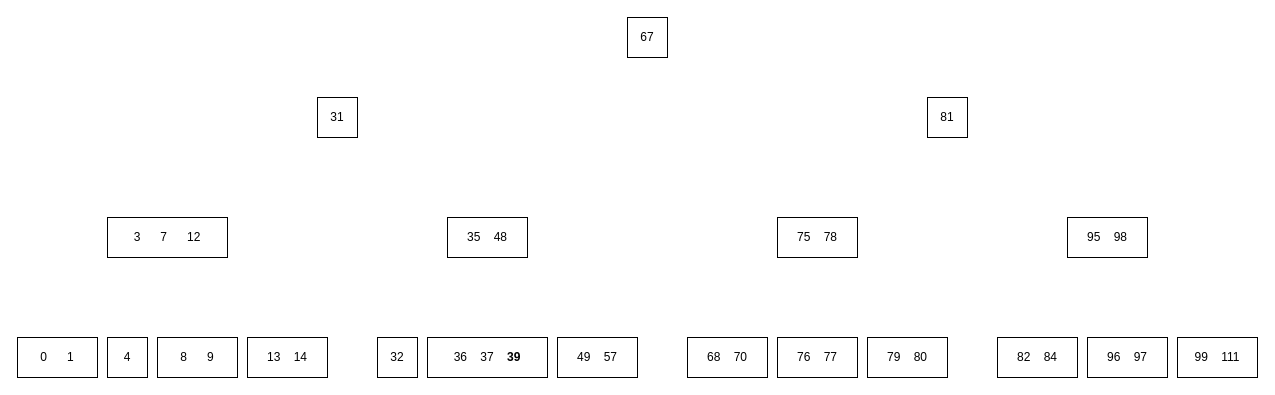
Earlier version of the draw.io diagram algo-homework5.drawio (cucumberpeel/drawio-diagrams). Source tidied: cells renumbered, new cells numbered last; positions are measured from the earlier drawing's top-left corner, leaving out a move shared by most shapes. Both pictures are drawn from the tidied source at 100%, with x=0, y=0 at pixel (17, 17).
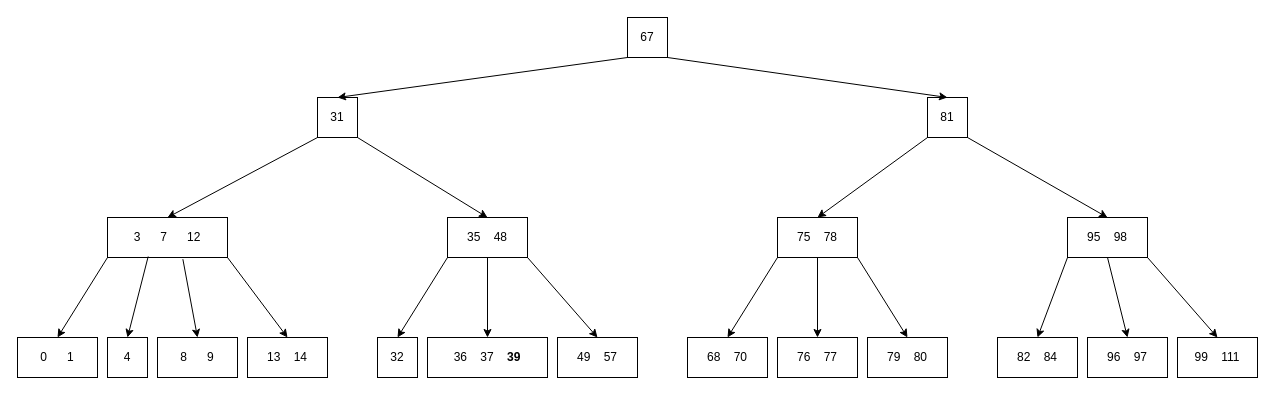
After the change.

Unchanged cells that the change refers to:
```xml
<mxCell id="2" value="31" style="rounded=0;whiteSpace=wrap;html=1;" parent="1" vertex="1">
  <mxGeometry x="300" y="80" width="40" height="40" as="geometry" />
</mxCell>
<mxCell id="3" value="0&lt;span style=&quot;white-space: pre;&quot;&gt;&#9;&lt;/span&gt;1" style="rounded=0;whiteSpace=wrap;html=1;" parent="1" vertex="1">
  <mxGeometry y="320" width="80" height="40" as="geometry" />
</mxCell>
<mxCell id="4" value="4" style="rounded=0;whiteSpace=wrap;html=1;" parent="1" vertex="1">
  <mxGeometry x="90" y="320" width="40" height="40" as="geometry" />
</mxCell>
<mxCell id="5" value="8&lt;span style=&quot;white-space: pre;&quot;&gt;&#9;&lt;/span&gt;9" style="rounded=0;whiteSpace=wrap;html=1;" parent="1" vertex="1">
  <mxGeometry x="140" y="320" width="80" height="40" as="geometry" />
</mxCell>
<mxCell id="6" value="13&lt;span style=&quot;white-space: pre;&quot;&gt;&#9;&lt;/span&gt;14" style="rounded=0;whiteSpace=wrap;html=1;" parent="1" vertex="1">
  <mxGeometry x="230" y="320" width="80" height="40" as="geometry" />
</mxCell>
<mxCell id="7" value="32" style="rounded=0;whiteSpace=wrap;html=1;" parent="1" vertex="1">
  <mxGeometry x="360" y="320" width="40" height="40" as="geometry" />
</mxCell>
<mxCell id="8" value="36&lt;span style=&quot;white-space: pre;&quot;&gt;&#9;&lt;/span&gt;37&lt;span style=&quot;white-space: pre;&quot;&gt;&#9;&lt;/span&gt;&lt;b&gt;39&lt;/b&gt;" style="rounded=0;whiteSpace=wrap;html=1;" parent="1" vertex="1">
  <mxGeometry x="410" y="320" width="120" height="40" as="geometry" />
</mxCell>
<mxCell id="9" value="49&lt;span style=&quot;white-space: pre;&quot;&gt;&#9;&lt;/span&gt;57" style="rounded=0;whiteSpace=wrap;html=1;" parent="1" vertex="1">
  <mxGeometry x="540" y="320" width="80" height="40" as="geometry" />
</mxCell>
<mxCell id="10" value="68&lt;span style=&quot;white-space: pre;&quot;&gt;&#9;&lt;/span&gt;70" style="rounded=0;whiteSpace=wrap;html=1;" parent="1" vertex="1">
  <mxGeometry x="670" y="320" width="80" height="40" as="geometry" />
</mxCell>
<mxCell id="11" value="76&lt;span style=&quot;white-space: pre;&quot;&gt;&#9;&lt;/span&gt;77" style="rounded=0;whiteSpace=wrap;html=1;" parent="1" vertex="1">
  <mxGeometry x="760" y="320" width="80" height="40" as="geometry" />
</mxCell>
<mxCell id="12" value="79&lt;span style=&quot;white-space: pre;&quot;&gt;&#9;&lt;/span&gt;80" style="rounded=0;whiteSpace=wrap;html=1;" parent="1" vertex="1">
  <mxGeometry x="850" y="320" width="80" height="40" as="geometry" />
</mxCell>
<mxCell id="13" value="82&lt;span style=&quot;white-space: pre;&quot;&gt;&#9;&lt;/span&gt;84" style="rounded=0;whiteSpace=wrap;html=1;" parent="1" vertex="1">
  <mxGeometry x="980" y="320" width="80" height="40" as="geometry" />
</mxCell>
<mxCell id="14" value="96&lt;span style=&quot;white-space: pre;&quot;&gt;&#9;&lt;/span&gt;97" style="rounded=0;whiteSpace=wrap;html=1;" parent="1" vertex="1">
  <mxGeometry x="1070" y="320" width="80" height="40" as="geometry" />
</mxCell>
<mxCell id="15" value="99&lt;span style=&quot;white-space: pre;&quot;&gt;&#9;&lt;/span&gt;111" style="rounded=0;whiteSpace=wrap;html=1;" parent="1" vertex="1">
  <mxGeometry x="1160" y="320" width="80" height="40" as="geometry" />
</mxCell>
<mxCell id="16" value="3&lt;span style=&quot;white-space: pre;&quot;&gt;&#9;&lt;/span&gt;7&lt;span style=&quot;white-space: pre;&quot;&gt;&#9;&lt;/span&gt;12" style="rounded=0;whiteSpace=wrap;html=1;" parent="1" vertex="1">
  <mxGeometry x="90" y="200" width="120" height="40" as="geometry" />
</mxCell>
<mxCell id="17" value="35&lt;span style=&quot;white-space: pre;&quot;&gt;&#9;&lt;/span&gt;48" style="rounded=0;whiteSpace=wrap;html=1;" parent="1" vertex="1">
  <mxGeometry x="430" y="200" width="80" height="40" as="geometry" />
</mxCell>
<mxCell id="18" value="75&lt;span style=&quot;white-space: pre;&quot;&gt;&#9;&lt;/span&gt;78" style="rounded=0;whiteSpace=wrap;html=1;" parent="1" vertex="1">
  <mxGeometry x="760" y="200" width="80" height="40" as="geometry" />
</mxCell>
<mxCell id="19" value="95&lt;span style=&quot;white-space: pre;&quot;&gt;&#9;&lt;/span&gt;98" style="rounded=0;whiteSpace=wrap;html=1;" parent="1" vertex="1">
  <mxGeometry x="1050" y="200" width="80" height="40" as="geometry" />
</mxCell>
<mxCell id="20" value="81" style="rounded=0;whiteSpace=wrap;html=1;" parent="1" vertex="1">
  <mxGeometry x="910" y="80" width="40" height="40" as="geometry" />
</mxCell>
<mxCell id="21" value="67" style="rounded=0;whiteSpace=wrap;html=1;" parent="1" vertex="1">
  <mxGeometry x="610" width="40" height="40" as="geometry" />
</mxCell>
```

What changed in the source:
```diff
@@
+    <mxCell id="22" style="endArrow=classic;html=1;rounded=0;exitX=0;exitY=1;exitDx=0;exitDy=0;entryX=0.5;entryY=0;entryDx=0;entryDy=0;" parent="1" edge="1" source="21" target="2">
+      <mxGeometry relative="1" as="geometry" />
+    </mxCell>
+    <mxCell id="23" style="endArrow=classic;html=1;rounded=0;exitX=1;exitY=1;exitDx=0;exitDy=0;entryX=0.5;entryY=0;entryDx=0;entryDy=0;" parent="1" edge="1" source="21" target="20">
+      <mxGeometry relative="1" as="geometry" />
+    </mxCell>
+    <mxCell id="24" style="endArrow=classic;html=1;rounded=0;exitX=0;exitY=1;exitDx=0;exitDy=0;entryX=0.5;entryY=0;entryDx=0;entryDy=0;" parent="1" edge="1" source="2" target="16">
+      <mxGeometry relative="1" as="geometry" />
+    </mxCell>
+    <mxCell id="25" style="endArrow=classic;html=1;rounded=0;exitX=1;exitY=1;exitDx=0;exitDy=0;entryX=0.5;entryY=0;entryDx=0;entryDy=0;" parent="1" edge="1" source="2" target="17">
+      <mxGeometry relative="1" as="geometry" />
+    </mxCell>
+    <mxCell id="26" style="endArrow=classic;html=1;rounded=0;exitX=0;exitY=1;exitDx=0;exitDy=0;entryX=0.5;entryY=0;entryDx=0;entryDy=0;" parent="1" edge="1" source="20" target="18">
+      <mxGeometry relative="1" as="geometry" />
+    </mxCell>
+    <mxCell id="27" style="endArrow=classic;html=1;rounded=0;exitX=1;exitY=1;exitDx=0;exitDy=0;entryX=0.5;entryY=0;entryDx=0;entryDy=0;" parent="1" edge="1" source="20" target="19">
+      <mxGeometry relative="1" as="geometry" />
+    </mxCell>
+    <mxCell id="28" style="endArrow=classic;html=1;rounded=0;exitX=0;exitY=1;exitDx=0;exitDy=0;entryX=0.5;entryY=0;entryDx=0;entryDy=0;" parent="1" edge="1" source="16" target="3">
+      <mxGeometry relative="1" as="geometry" />
+    </mxCell>
+    <mxCell id="29" style="endArrow=classic;html=1;rounded=0;exitX=1;exitY=1;exitDx=0;exitDy=0;entryX=0.5;entryY=0;entryDx=0;entryDy=0;" parent="1" edge="1" source="16" target="6">
+      <mxGeometry relative="1" as="geometry" />
+    </mxCell>
+    <mxCell id="30" style="endArrow=classic;html=1;rounded=0;exitX=0.628;exitY=1.042;exitDx=0;exitDy=0;entryX=0.5;entryY=0;entryDx=0;entryDy=0;exitPerimeter=0;" parent="1" edge="1" source="16" target="5">
+      <mxGeometry relative="1" as="geometry" />
+    </mxCell>
+    <mxCell id="31" style="endArrow=classic;html=1;rounded=0;exitX=0.339;exitY=0.975;exitDx=0;exitDy=0;entryX=0.5;entryY=0;entryDx=0;entryDy=0;exitPerimeter=0;" parent="1" edge="1" source="16" target="4">
+      <mxGeometry relative="1" as="geometry" />
+    </mxCell>
+    <mxCell id="32" style="endArrow=classic;html=1;rounded=0;exitX=0;exitY=1;exitDx=0;exitDy=0;entryX=0.5;entryY=0;entryDx=0;entryDy=0;" parent="1" edge="1" source="17" target="7">
+      <mxGeometry relative="1" as="geometry" />
+    </mxCell>
+    <mxCell id="33" style="endArrow=classic;html=1;rounded=0;exitX=0.5;exitY=1;exitDx=0;exitDy=0;entryX=0.5;entryY=0;entryDx=0;entryDy=0;" parent="1" edge="1" source="17" target="8">
+      <mxGeometry relative="1" as="geometry" />
+    </mxCell>
+    <mxCell id="34" style="endArrow=classic;html=1;rounded=0;exitX=1;exitY=1;exitDx=0;exitDy=0;entryX=0.5;entryY=0;entryDx=0;entryDy=0;" parent="1" edge="1" source="17" target="9">
+      <mxGeometry relative="1" as="geometry" />
+    </mxCell>
+    <mxCell id="35" style="endArrow=classic;html=1;rounded=0;exitX=0;exitY=1;exitDx=0;exitDy=0;entryX=0.5;entryY=0;entryDx=0;entryDy=0;" parent="1" edge="1" source="18" target="10">
+      <mxGeometry relative="1" as="geometry" />
+    </mxCell>
+    <mxCell id="36" style="endArrow=classic;html=1;rounded=0;exitX=0.5;exitY=1;exitDx=0;exitDy=0;entryX=0.5;entryY=0;entryDx=0;entryDy=0;" parent="1" edge="1" source="18" target="11">
+      <mxGeometry relative="1" as="geometry" />
+    </mxCell>
+    <mxCell id="37" style="endArrow=classic;html=1;rounded=0;exitX=1;exitY=1;exitDx=0;exitDy=0;entryX=0.5;entryY=0;entryDx=0;entryDy=0;" parent="1" edge="1" source="18" target="12">
+      <mxGeometry relative="1" as="geometry" />
+    </mxCell>
+    <mxCell id="38" style="endArrow=classic;html=1;rounded=0;exitX=0;exitY=1;exitDx=0;exitDy=0;entryX=0.5;entryY=0;entryDx=0;entryDy=0;" parent="1" edge="1" source="19" target="13">
+      <mxGeometry relative="1" as="geometry" />
+    </mxCell>
+    <mxCell id="39" style="endArrow=classic;html=1;rounded=0;exitX=0.5;exitY=1;exitDx=0;exitDy=0;entryX=0.5;entryY=0;entryDx=0;entryDy=0;" parent="1" edge="1" source="19" target="14">
+      <mxGeometry relative="1" as="geometry" />
+    </mxCell>
+    <mxCell id="40" style="endArrow=classic;html=1;rounded=0;exitX=1;exitY=1;exitDx=0;exitDy=0;entryX=0.5;entryY=0;entryDx=0;entryDy=0;" parent="1" edge="1" source="19" target="15">
+      <mxGeometry relative="1" as="geometry" />
+    </mxCell>
```
